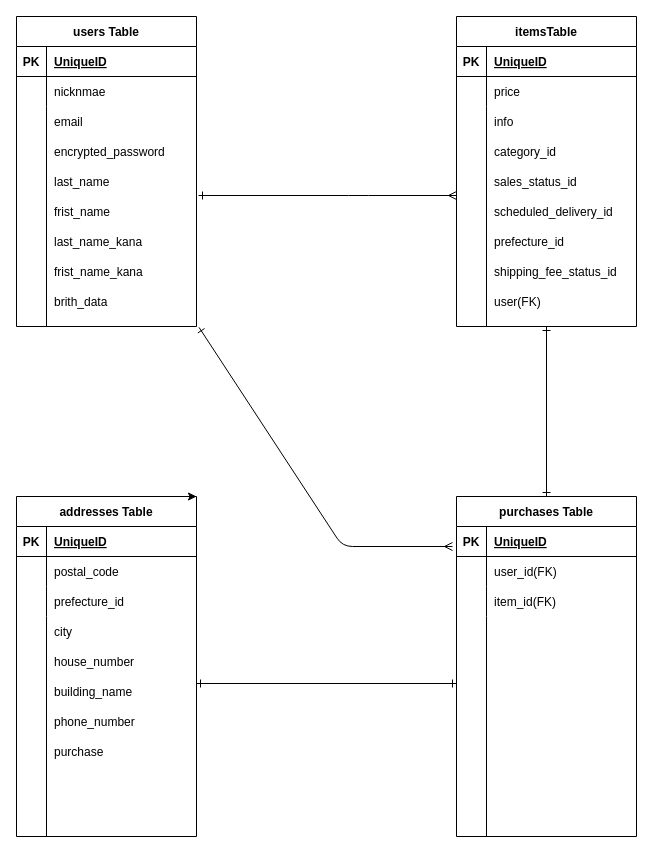
Above: ER.dio in d-miyabi/furima-40107 (draw.io), before the change. Source tidied: cells renumbered, new cells numbered last; positions are measured from the earlier drawing's top-left corner, leaving out a move shared by most shapes. Both pictures are drawn from the tidied source at 100%, with x=0, y=0 at pixel (16, 16).
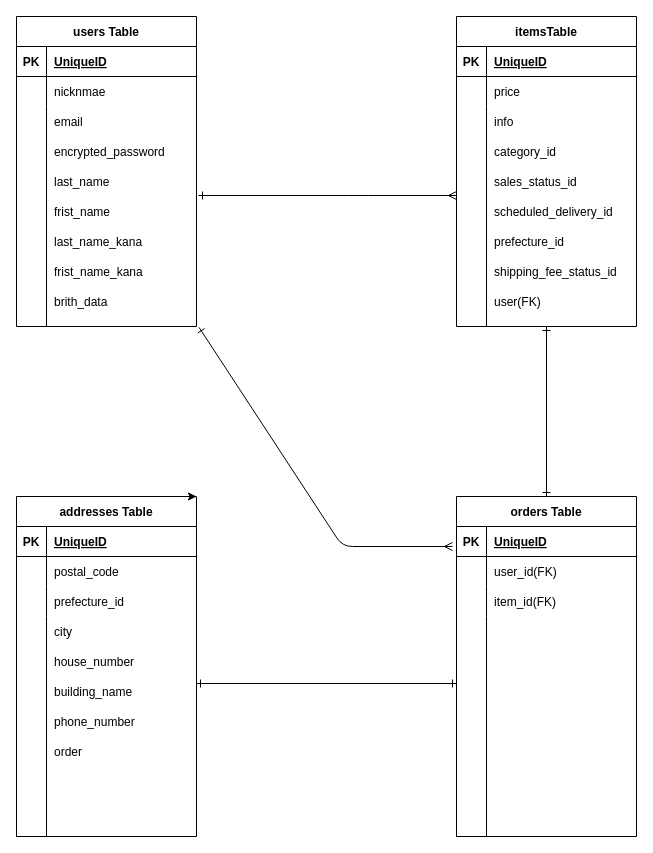
The same diagram, later.

Unchanged cells that the change refers to:
```xml
<mxCell id="33" style="group;" parent="1" vertex="1">
  <mxGeometry y="480" width="180" height="450" as="geometry" />
</mxCell>
```

What changed in the source:
```diff
@@
-    <mxCell id="20" value="purchases Table" style="shape=table;startSize=30;childLayout=tableLayout;rowLines=0;fontStyle=1;align=center;" parent="1" vertex="1">
+    <mxCell id="20" value="orders Table" style="shape=table;startSize=30;childLayout=tableLayout;rowLines=0;fontStyle=1;align=center;" parent="1" vertex="1">
       <mxGeometry x="440" y="480" width="180" height="340" as="geometry" />
     </mxCell>
@@
-    <mxCell id="53" value="purchase" style="shape=partialRectangle;fillColor=none;top=0;left=0;bottom=0;right=0;align=left;spacingLeft=6;overflow=hidden;" parent="33" vertex="1">
+    <mxCell id="53" value="order" style="shape=partialRectangle;fillColor=none;top=0;left=0;bottom=0;right=0;align=left;spacingLeft=6;overflow=hidden;" parent="33" vertex="1">
       <mxGeometry x="30" y="240" width="150" height="30" as="geometry" />
     </mxCell>
```
